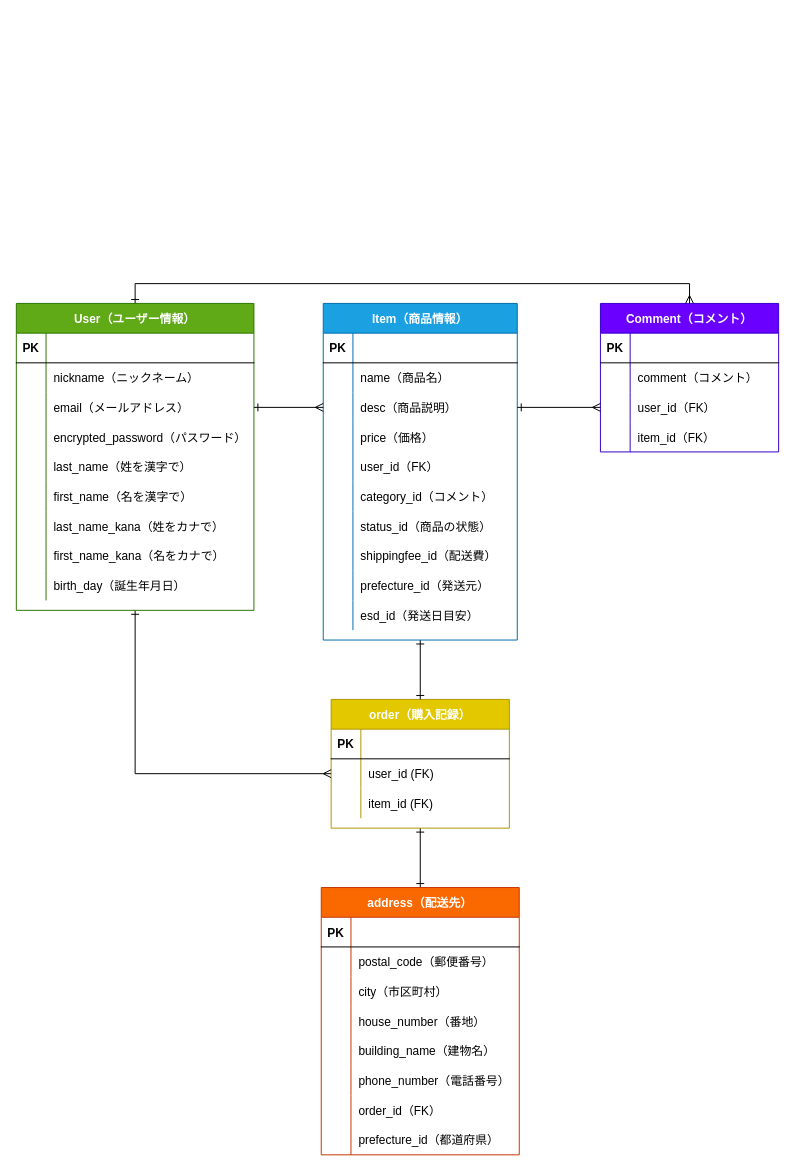
Earlier version of the draw.io diagram furima-35018.dio (soozeay/furima-35018). Source tidied: cells renumbered, new cells numbered last; positions are measured from the earlier drawing's top-left corner, leaving out a move shared by most shapes. Both pictures are drawn from the tidied source at 99%, with x=0, y=0 at pixel (16, 303).
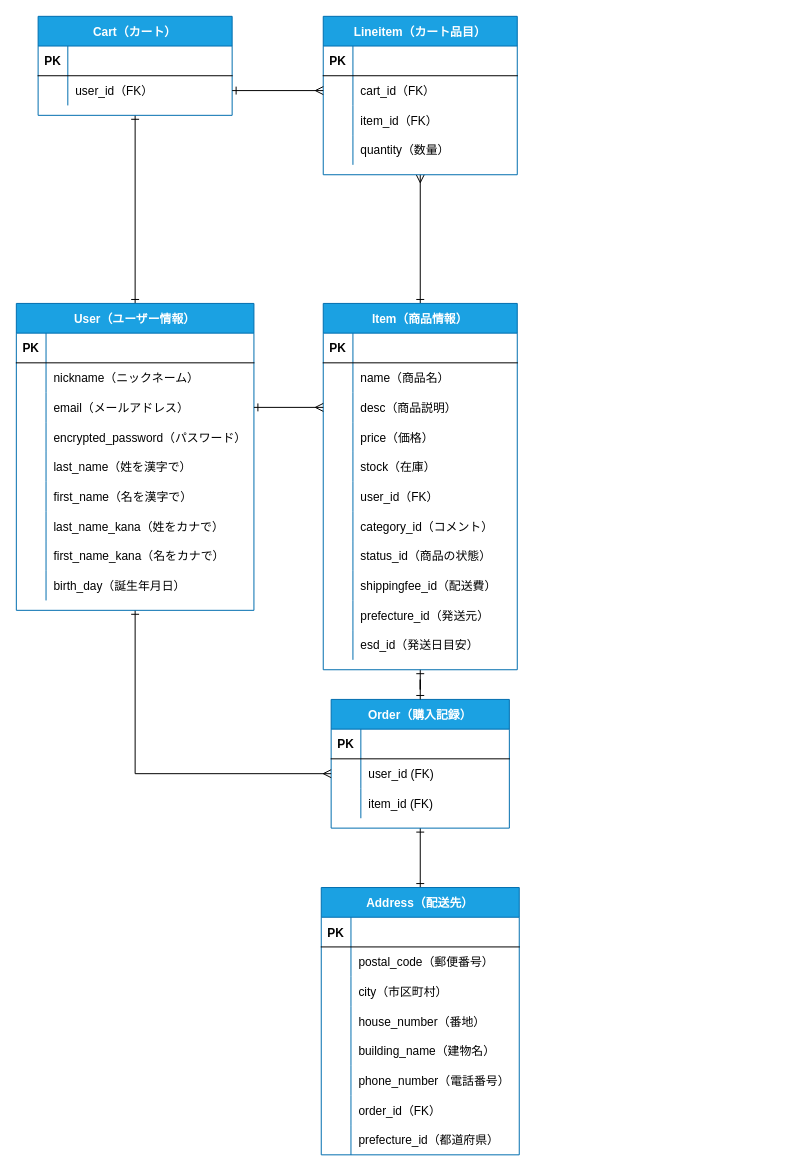
The same page after the edit.

The change refers to these unchanged cells:
```xml
<mxCell id="95" style="shape=partialRectangle;fillColor=none;top=0;left=0;bottom=0;right=0;points=[[0,0.5],[1,0.5]];portConstraint=eastwest;" parent="88" vertex="1">
  <mxGeometry y="90" width="196" height="30" as="geometry" />
</mxCell>
<mxCell id="101" style="shape=partialRectangle;fillColor=none;top=0;left=0;bottom=0;right=0;" parent="88" vertex="1">
  <mxGeometry y="150" width="196" height="30" as="geometry" />
</mxCell>
<mxCell id="104" style="shape=partialRectangle;fillColor=none;top=0;left=0;bottom=0;right=0;" parent="88" vertex="1">
  <mxGeometry y="180" width="196" height="30" as="geometry" />
</mxCell>
<mxCell id="107" style="shape=partialRectangle;fillColor=none;top=0;left=0;bottom=0;right=0;" parent="88" vertex="1">
  <mxGeometry y="210" width="196" height="30" as="geometry" />
</mxCell>
<mxCell id="110" style="shape=partialRectangle;fillColor=none;top=0;left=0;bottom=0;right=0;" parent="88" vertex="1">
  <mxGeometry y="240" width="196" height="30" as="geometry" />
</mxCell>
<mxCell id="113" style="shape=partialRectangle;fillColor=none;top=0;left=0;bottom=0;right=0;" parent="88" vertex="1">
  <mxGeometry y="270" width="196" height="30" as="geometry" />
</mxCell>
<mxCell id="116" style="shape=partialRectangle;fillColor=none;top=0;left=0;bottom=0;right=0;" parent="88" vertex="1">
  <mxGeometry y="300" width="196" height="30" as="geometry" />
</mxCell>
```

Diff of the diagram source:
```diff
@@
-    <mxCell id="2" style="group;" parent="1" vertex="1">
-      <mxGeometry x="590" width="180" height="160" as="geometry" />
-    </mxCell>
-    <mxCell id="3" style="group;" parent="2" vertex="1">
-      <mxGeometry width="180" height="160" as="geometry" />
-    </mxCell>
-    <mxCell id="4" style="shape=partialRectangle;fillColor=none;top=0;left=0;bottom=0;right=0;" parent="3" vertex="1">
-      <mxGeometry y="90" width="180" height="30" as="geometry" />
-    </mxCell>
-    <mxCell id="5" style="shape=partialRectangle;fillColor=none;top=0;left=0;bottom=0;right=0;overflow=hidden;" parent="4" vertex="1">
-      <mxGeometry width="30" height="30" as="geometry" />
-    </mxCell>
-    <mxCell id="6" value="user_id（FK）" style="shape=partialRectangle;fillColor=none;top=0;left=0;bottom=0;right=0;align=left;spacingLeft=6;overflow=hidden;" parent="4" vertex="1">
-      <mxGeometry x="30" width="150" height="30" as="geometry" />
-    </mxCell>
-    <mxCell id="7" value="item_id（FK）" style="shape=partialRectangle;fillColor=none;top=0;left=0;bottom=0;right=0;align=left;spacingLeft=6;overflow=hidden;" parent="3" vertex="1">
-      <mxGeometry x="30" y="120" width="150" height="30" as="geometry" />
-    </mxCell>
-    <mxCell id="8" value="Comment（コメント）" style="shape=table;startSize=30;childLayout=tableLayout;rowLines=0;fontStyle=1;align=center;fillColor=#6a00ff;strokeColor=#3700CC;fontColor=#ffffff;" parent="2" vertex="1">
-      <mxGeometry width="180" height="150" as="geometry" />
-    </mxCell>
-    <mxCell id="9" style="shape=partialRectangle;fillColor=none;top=0;left=0;bottom=1;right=0;" parent="8" vertex="1">
-      <mxGeometry y="30" width="180" height="30" as="geometry" />
-    </mxCell>
-    <mxCell id="10" value="PK" style="shape=partialRectangle;fillColor=none;top=0;left=0;bottom=0;right=0;fontStyle=1;overflow=hidden;" parent="9" vertex="1">
-      <mxGeometry width="30" height="30" as="geometry" />
-    </mxCell>
-    <mxCell id="11" style="shape=partialRectangle;fillColor=none;top=0;left=0;bottom=0;right=0;align=left;spacingLeft=6;fontStyle=5;overflow=hidden;" parent="9" vertex="1">
-      <mxGeometry x="30" width="150" height="30" as="geometry" />
-    </mxCell>
-    <mxCell id="12" style="shape=partialRectangle;fillColor=none;top=0;left=0;bottom=0;right=0;" parent="8" vertex="1">
-      <mxGeometry y="60" width="180" height="30" as="geometry" />
-    </mxCell>
-    <mxCell id="13" style="shape=partialRectangle;fillColor=none;top=0;left=0;bottom=0;right=0;overflow=hidden;" parent="12" vertex="1">
-      <mxGeometry width="30" height="30" as="geometry" />
-    </mxCell>
-    <mxCell id="14" value="comment（コメント）" style="shape=partialRectangle;fillColor=none;top=0;left=0;bottom=0;right=0;align=left;spacingLeft=6;overflow=hidden;" parent="12" vertex="1">
-      <mxGeometry x="30" width="150" height="30" as="geometry" />
-    </mxCell>
-    <mxCell id="15" style="shape=partialRectangle;fillColor=none;top=0;left=0;bottom=0;right=0;points=[[0,0.5],[1,0.5]];portConstraint=eastwest;" parent="8" vertex="1">
-      <mxGeometry y="90" width="180" height="30" as="geometry" />
-    </mxCell>
-    <mxCell id="16" style="shape=partialRectangle;fillColor=none;top=0;left=0;bottom=0;right=0;overflow=hidden;" parent="15" vertex="1">
-      <mxGeometry width="30" height="30" as="geometry" />
-    </mxCell>
-    <mxCell id="17" style="shape=partialRectangle;fillColor=none;top=0;left=0;bottom=0;right=0;align=left;spacingLeft=6;overflow=hidden;" parent="15" vertex="1">
-      <mxGeometry x="30" width="150" height="30" as="geometry" />
-    </mxCell>
-    <mxCell id="18" style="shape=partialRectangle;fillColor=none;top=0;left=0;bottom=0;right=0;" parent="8" vertex="1">
-      <mxGeometry y="120" width="180" height="30" as="geometry" />
-    </mxCell>
-    <mxCell id="19" style="shape=partialRectangle;fillColor=none;top=0;left=0;bottom=0;right=0;overflow=hidden;" parent="18" vertex="1">
-      <mxGeometry width="30" height="30" as="geometry" />
-    </mxCell>
-    <mxCell id="20" style="shape=partialRectangle;fillColor=none;top=0;left=0;bottom=0;right=0;align=left;spacingLeft=6;overflow=hidden;" parent="18" vertex="1">
-      <mxGeometry x="30" width="150" height="30" as="geometry" />
-    </mxCell>
@@
-    <mxCell id="22" value="order（購入記録）" style="shape=table;startSize=30;childLayout=tableLayout;rowLines=0;fontStyle=1;align=center;fillColor=#e3c800;strokeColor=#B09500;fontColor=#ffffff;" parent="1" vertex="1">
+    <mxCell id="22" value="Order（購入記録）" style="shape=table;startSize=30;childLayout=tableLayout;rowLines=0;fontStyle=1;align=center;fillColor=#1ba1e2;strokeColor=#006EAF;fontColor=#ffffff;" parent="1" vertex="1">
       <mxGeometry x="318" y="400" width="180" height="130" as="geometry" />
     </mxCell>
@@
-    <mxCell id="32" value="address（配送先）" style="shape=table;startSize=30;childLayout=tableLayout;rowLines=0;fontStyle=1;align=center;fillColor=#fa6800;strokeColor=#C73500;fontColor=#ffffff;verticalAlign=middle;" parent="1" vertex="1">
+    <mxCell id="32" value="Address（配送先）" style="shape=table;startSize=30;childLayout=tableLayout;rowLines=0;fontStyle=1;align=center;fillColor=#1ba1e2;strokeColor=#006EAF;fontColor=#ffffff;verticalAlign=middle;" parent="1" vertex="1">
       <mxGeometry x="308" y="590" width="200" height="270" as="geometry" />
     </mxCell>
@@
-    <mxCell id="57" style="edgeStyle=orthogonalEdgeStyle;rounded=0;jettySize=auto;html=1;exitX=0.5;exitY=0;exitDx=0;exitDy=0;entryX=0.5;entryY=0;entryDx=0;entryDy=0;startArrow=ERone;startFill=0;endArrow=ERmany;endFill=0;" parent="1" edge="1" source="59" target="8">
-      <mxGeometry relative="1" as="geometry" />
-    </mxCell>
@@
+    <mxCell id="121" style="edgeStyle=orthogonalEdgeStyle;rounded=0;jettySize=auto;html=1;exitX=0.5;exitY=0;exitDx=0;exitDy=0;entryX=0.5;entryY=1;entryDx=0;entryDy=0;startArrow=ERone;startFill=0;endArrow=ERone;endFill=0;" parent="1" edge="1" source="59" target="126">
+      <mxGeometry relative="1" as="geometry" />
+    </mxCell>
-    <mxCell id="59" value="User（ユーザー情報）" style="shape=table;startSize=30;childLayout=tableLayout;rowLines=0;fontStyle=1;align=center;fillColor=#60a917;strokeColor=#2D7600;fontColor=#ffffff;" parent="1" vertex="1">
+    <mxCell id="59" value="User（ユーザー情報）" style="shape=table;startSize=30;childLayout=tableLayout;rowLines=0;fontStyle=1;align=center;fillColor=#1ba1e2;strokeColor=#006EAF;fontColor=#ffffff;" parent="1" vertex="1">
       <mxGeometry width="240" height="310" as="geometry" />
     </mxCell>
@@
+    <mxCell id="122" style="edgeStyle=orthogonalEdgeStyle;rounded=0;jettySize=auto;html=1;exitX=0.5;exitY=0;exitDx=0;exitDy=0;entryX=0.5;entryY=1;entryDx=0;entryDy=0;startArrow=ERone;startFill=0;endArrow=ERmany;endFill=0;" parent="1" edge="1" source="88" target="132">
+      <mxGeometry relative="1" as="geometry" />
+    </mxCell>
     <mxCell id="88" value="Item（商品情報）" style="shape=table;startSize=30;childLayout=tableLayout;rowLines=0;fontStyle=1;align=center;fillColor=#1ba1e2;strokeColor=#006EAF;fontColor=#ffffff;" parent="1" vertex="1">
-      <mxGeometry x="310" width="196" height="340" as="geometry" />
+      <mxGeometry x="310" width="196" height="370" as="geometry" />
     </mxCell>
@@
-    <mxCell id="103" value="user_id（FK）" style="shape=partialRectangle;fillColor=none;top=0;left=0;bottom=0;right=0;align=left;spacingLeft=6;overflow=hidden;" parent="101" vertex="1">
+    <mxCell id="103" value="stock（在庫）" style="shape=partialRectangle;fillColor=none;top=0;left=0;bottom=0;right=0;align=left;spacingLeft=6;overflow=hidden;" parent="101" vertex="1">
       <mxGeometry x="30" width="166" height="30" as="geometry" />
     </mxCell>
@@
-    <mxCell id="106" value="category_id（コメント）" style="shape=partialRectangle;fillColor=none;top=0;left=0;bottom=0;right=0;align=left;spacingLeft=6;overflow=hidden;" parent="104" vertex="1">
+    <mxCell id="106" value="user_id（FK）" style="shape=partialRectangle;fillColor=none;top=0;left=0;bottom=0;right=0;align=left;spacingLeft=6;overflow=hidden;" parent="104" vertex="1">
       <mxGeometry x="30" width="166" height="30" as="geometry" />
     </mxCell>
@@
-    <mxCell id="109" value="status_id（商品の状態）" style="shape=partialRectangle;fillColor=none;top=0;left=0;bottom=0;right=0;align=left;spacingLeft=6;overflow=hidden;" parent="107" vertex="1">
+    <mxCell id="109" value="category_id（コメント）" style="shape=partialRectangle;fillColor=none;top=0;left=0;bottom=0;right=0;align=left;spacingLeft=6;overflow=hidden;" parent="107" vertex="1">
       <mxGeometry x="30" width="166" height="30" as="geometry" />
     </mxCell>
@@
-    <mxCell id="112" value="shippingfee_id（配送費）" style="shape=partialRectangle;fillColor=none;top=0;left=0;bottom=0;right=0;align=left;spacingLeft=6;overflow=hidden;" parent="110" vertex="1">
+    <mxCell id="112" value="status_id（商品の状態）" style="shape=partialRectangle;fillColor=none;top=0;left=0;bottom=0;right=0;align=left;spacingLeft=6;overflow=hidden;" parent="110" vertex="1">
       <mxGeometry x="30" width="166" height="30" as="geometry" />
     </mxCell>
@@
-    <mxCell id="115" value="prefecture_id（発送元）" style="shape=partialRectangle;fillColor=none;top=0;left=0;bottom=0;right=0;align=left;spacingLeft=6;overflow=hidden;" parent="113" vertex="1">
+    <mxCell id="115" value="shippingfee_id（配送費）" style="shape=partialRectangle;fillColor=none;top=0;left=0;bottom=0;right=0;align=left;spacingLeft=6;overflow=hidden;" parent="113" vertex="1">
       <mxGeometry x="30" width="166" height="30" as="geometry" />
     </mxCell>
@@
-    <mxCell id="118" value="esd_id（発送日目安）" style="shape=partialRectangle;fillColor=none;top=0;left=0;bottom=0;right=0;align=left;spacingLeft=6;overflow=hidden;" parent="116" vertex="1">
+    <mxCell id="118" value="prefecture_id（発送元）" style="shape=partialRectangle;fillColor=none;top=0;left=0;bottom=0;right=0;align=left;spacingLeft=6;overflow=hidden;" parent="116" vertex="1">
       <mxGeometry x="30" width="166" height="30" as="geometry" />
     </mxCell>
-    <mxCell id="119" style="edgeStyle=orthogonalEdgeStyle;rounded=0;jettySize=auto;html=1;exitX=1;exitY=0.5;exitDx=0;exitDy=0;startArrow=ERone;startFill=0;endArrow=ERmany;endFill=0;" parent="1" edge="1" source="95" target="15">
-      <mxGeometry relative="1" as="geometry" />
-    </mxCell>
+    <mxCell id="123" style="shape=partialRectangle;fillColor=none;top=0;left=0;bottom=0;right=0;" parent="88" vertex="1">
+      <mxGeometry y="330" width="196" height="30" as="geometry" />
+    </mxCell>
+    <mxCell id="124" style="shape=partialRectangle;fillColor=none;top=0;left=0;bottom=0;right=0;overflow=hidden;" parent="123" vertex="1">
+      <mxGeometry width="30" height="30" as="geometry" />
+    </mxCell>
+    <mxCell id="125" value="esd_id（発送日目安）" style="shape=partialRectangle;fillColor=none;top=0;left=0;bottom=0;right=0;align=left;spacingLeft=6;overflow=hidden;" parent="123" vertex="1">
+      <mxGeometry x="30" width="166" height="30" as="geometry" />
+    </mxCell>
@@
+    <mxCell id="126" value="Cart（カート）" style="shape=table;startSize=30;childLayout=tableLayout;rowLines=0;fontStyle=1;align=center;fillColor=#1ba1e2;strokeColor=#006EAF;fontColor=#ffffff;" parent="1" vertex="1">
+      <mxGeometry x="22" y="-290" width="196" height="100" as="geometry" />
+    </mxCell>
+    <mxCell id="127" style="shape=partialRectangle;fillColor=none;top=0;left=0;bottom=1;right=0;" parent="126" vertex="1">
+      <mxGeometry y="30" width="196" height="30" as="geometry" />
+    </mxCell>
+    <mxCell id="128" value="PK" style="shape=partialRectangle;fillColor=none;top=0;left=0;bottom=0;right=0;fontStyle=1;overflow=hidden;" parent="127" vertex="1">
+      <mxGeometry width="30" height="30" as="geometry" />
+    </mxCell>
+    <mxCell id="129" style="shape=partialRectangle;fillColor=none;top=0;left=0;bottom=0;right=0;align=left;spacingLeft=6;fontStyle=5;overflow=hidden;" parent="127" vertex="1">
+      <mxGeometry x="30" width="166" height="30" as="geometry" />
+    </mxCell>
+    <mxCell id="130" style="shape=partialRectangle;fillColor=none;top=0;left=0;bottom=0;right=0;points=[[0,0.5],[1,0.5]];portConstraint=eastwest;" parent="126" vertex="1">
+      <mxGeometry y="60" width="196" height="30" as="geometry" />
+    </mxCell>
+    <mxCell id="131" style="shape=partialRectangle;fillColor=none;top=0;left=0;bottom=0;right=0;overflow=hidden;" parent="130" vertex="1">
+      <mxGeometry width="30" height="30" as="geometry" />
+    </mxCell>
+    <mxCell id="6" value="user_id（FK）" style="shape=partialRectangle;fillColor=none;top=0;left=0;bottom=0;right=0;align=left;spacingLeft=6;overflow=hidden;" parent="130" vertex="1">
+      <mxGeometry x="30" width="166" height="30" as="geometry" />
+    </mxCell>
+    <mxCell id="132" value="Lineitem（カート品目）" style="shape=table;startSize=30;childLayout=tableLayout;rowLines=0;fontStyle=1;align=center;fillColor=#1ba1e2;strokeColor=#006EAF;fontColor=#ffffff;" parent="1" vertex="1">
+      <mxGeometry x="310" y="-290" width="196" height="160" as="geometry" />
+    </mxCell>
+    <mxCell id="133" style="shape=partialRectangle;fillColor=none;top=0;left=0;bottom=1;right=0;" parent="132" vertex="1">
+      <mxGeometry y="30" width="196" height="30" as="geometry" />
+    </mxCell>
+    <mxCell id="134" value="PK" style="shape=partialRectangle;fillColor=none;top=0;left=0;bottom=0;right=0;fontStyle=1;overflow=hidden;" parent="133" vertex="1">
+      <mxGeometry width="30" height="30" as="geometry" />
+    </mxCell>
+    <mxCell id="135" style="shape=partialRectangle;fillColor=none;top=0;left=0;bottom=0;right=0;align=left;spacingLeft=6;fontStyle=5;overflow=hidden;" parent="133" vertex="1">
+      <mxGeometry x="30" width="166" height="30" as="geometry" />
+    </mxCell>
+    <mxCell id="136" style="shape=partialRectangle;fillColor=none;top=0;left=0;bottom=0;right=0;points=[[0,0.5],[1,0.5]];portConstraint=eastwest;" parent="132" vertex="1">
+      <mxGeometry y="60" width="196" height="30" as="geometry" />
+    </mxCell>
+    <mxCell id="137" style="shape=partialRectangle;fillColor=none;top=0;left=0;bottom=0;right=0;overflow=hidden;" parent="136" vertex="1">
+      <mxGeometry width="30" height="30" as="geometry" />
+    </mxCell>
+    <mxCell id="138" value="cart_id（FK）" style="shape=partialRectangle;fillColor=none;top=0;left=0;bottom=0;right=0;align=left;spacingLeft=6;overflow=hidden;" parent="136" vertex="1">
+      <mxGeometry x="30" width="166" height="30" as="geometry" />
+    </mxCell>
+    <mxCell id="139" style="shape=partialRectangle;fillColor=none;top=0;left=0;bottom=0;right=0;" parent="132" vertex="1">
+      <mxGeometry y="90" width="196" height="30" as="geometry" />
+    </mxCell>
+    <mxCell id="140" style="shape=partialRectangle;fillColor=none;top=0;left=0;bottom=0;right=0;overflow=hidden;" parent="139" vertex="1">
+      <mxGeometry width="30" height="30" as="geometry" />
+    </mxCell>
+    <mxCell id="7" value="item_id（FK）" style="shape=partialRectangle;fillColor=none;top=0;left=0;bottom=0;right=0;align=left;spacingLeft=6;overflow=hidden;" parent="139" vertex="1">
+      <mxGeometry x="30" width="166" height="30" as="geometry" />
+    </mxCell>
+    <mxCell id="141" style="shape=partialRectangle;fillColor=none;top=0;left=0;bottom=0;right=0;" parent="132" vertex="1">
+      <mxGeometry y="120" width="196" height="30" as="geometry" />
+    </mxCell>
+    <mxCell id="142" style="shape=partialRectangle;fillColor=none;top=0;left=0;bottom=0;right=0;overflow=hidden;" parent="141" vertex="1">
+      <mxGeometry width="30" height="30" as="geometry" />
+    </mxCell>
+    <mxCell id="143" value="quantity（数量）" style="shape=partialRectangle;fillColor=none;top=0;left=0;bottom=0;right=0;align=left;spacingLeft=6;overflow=hidden;" parent="141" vertex="1">
+      <mxGeometry x="30" width="166" height="30" as="geometry" />
+    </mxCell>
+    <mxCell id="144" style="edgeStyle=orthogonalEdgeStyle;rounded=0;jettySize=auto;html=1;exitX=1;exitY=0.5;exitDx=0;exitDy=0;entryX=0;entryY=0.5;entryDx=0;entryDy=0;startArrow=ERone;startFill=0;endArrow=ERmany;endFill=0;" parent="1" edge="1" source="130" target="136">
+      <mxGeometry relative="1" as="geometry" />
+    </mxCell>
```
